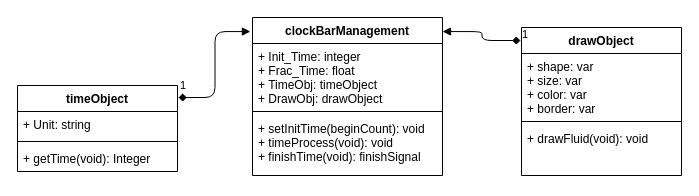
Before: group-8/clock_bar/low level design/lowleveldesign.drawio in tda1312/USTH-SE-2019, a draw.io diagram. Source tidied: cells renumbered, new cells numbered last; positions are measured from the earlier drawing's top-left corner, leaving out a move shared by most shapes. Both pictures are drawn from the tidied source at 100%, with x=0, y=0 at pixel (17, 17).
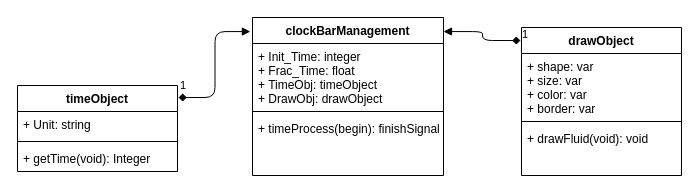
After the change.

Commit message (it also covers changes not shown here):
optimize low level design

What changed in the source:
```diff
@@
 <mxGraphModel>
   <root>
     <mxCell id="0" />
     <mxCell id="1" parent="0" />
     <mxCell id="2" value="timeObject" style="swimlane;fontStyle=1;align=center;verticalAlign=top;horizontal=1;startSize=26;" parent="1" vertex="1">
       <mxGeometry y="68" width="160" height="86" as="geometry" />
     </mxCell>
     <mxCell id="3" value="+ Unit: string" style="text;strokeColor=none;fillColor=none;align=left;verticalAlign=top;spacingLeft=4;spacingRight=4;overflow=hidden;" parent="2" vertex="1">
       <mxGeometry y="26" width="160" height="26" as="geometry" />
     </mxCell>
     <mxCell id="4" style="line;strokeWidth=1;fillColor=none;align=left;verticalAlign=middle;spacingTop=-1;spacingLeft=3;spacingRight=3;labelPosition=right;" parent="2" vertex="1">
       <mxGeometry y="52" width="160" height="8" as="geometry" />
     </mxCell>
     <mxCell id="5" value="+ getTime(void): Integer" style="text;strokeColor=none;fillColor=none;align=left;verticalAlign=top;spacingLeft=4;spacingRight=4;overflow=hidden;" parent="2" vertex="1">
       <mxGeometry y="60" width="160" height="26" as="geometry" />
     </mxCell>
     <mxCell id="6" value="clockBarManagement" style="swimlane;fontStyle=1;align=center;verticalAlign=top;horizontal=1;startSize=26;" parent="1" vertex="1">
-      <mxGeometry x="235" width="190" height="158" as="geometry" />
+      <mxGeometry x="235" width="191" height="158" as="geometry" />
     </mxCell>
     <mxCell id="7" value="+ Init_Time: integer&#10;+ Frac_Time: float&#10;+ TimeObj: timeObject&#10;+ DrawObj: drawObject&#10;&#10;&#10;" style="text;strokeColor=none;fillColor=none;align=left;verticalAlign=top;spacingLeft=4;spacingRight=4;overflow=hidden;" parent="6" vertex="1">
-      <mxGeometry y="26" width="190" height="64" as="geometry" />
+      <mxGeometry y="26" width="191" height="64" as="geometry" />
     </mxCell>
     <mxCell id="8" style="line;strokeWidth=1;fillColor=none;align=left;verticalAlign=middle;spacingTop=-1;spacingLeft=3;spacingRight=3;labelPosition=right;" parent="6" vertex="1">
-      <mxGeometry y="90" width="190" height="8" as="geometry" />
+      <mxGeometry y="90" width="191" height="8" as="geometry" />
     </mxCell>
-    <mxCell id="9" value="+ setInitTime(beginCount): void&#10;+ timeProcess(void): void&#10;+ finishTime(void): finishSignal&#10;&#10;&#10;" style="text;strokeColor=none;fillColor=none;align=left;verticalAlign=top;spacingLeft=4;spacingRight=4;overflow=hidden;" parent="6" vertex="1">
-      <mxGeometry y="98" width="190" height="60" as="geometry" />
+    <mxCell id="9" value="+ timeProcess(begin): finishSignal&#10;&#10;" style="text;strokeColor=none;fillColor=none;align=left;verticalAlign=top;spacingLeft=4;spacingRight=4;overflow=hidden;" parent="6" vertex="1">
+      <mxGeometry y="98" width="191" height="60" as="geometry" />
     </mxCell>
     <mxCell id="10" value="drawObject" style="swimlane;fontStyle=1;align=center;verticalAlign=top;horizontal=1;startSize=26;" parent="1" vertex="1">
       <mxGeometry x="504" y="10" width="160" height="148" as="geometry" />
     </mxCell>
     <mxCell id="11" value="+ shape: var&#10;+ size: var&#10;+ color: var&#10;+ border: var&#10;&#10;" style="text;strokeColor=none;fillColor=none;align=left;verticalAlign=top;spacingLeft=4;spacingRight=4;overflow=hidden;" parent="10" vertex="1">
       <mxGeometry y="26" width="160" height="64" as="geometry" />
     </mxCell>
     <mxCell id="12" style="line;strokeWidth=1;fillColor=none;align=left;verticalAlign=middle;spacingTop=-1;spacingLeft=3;spacingRight=3;labelPosition=right;" parent="10" vertex="1">
       <mxGeometry y="90" width="160" height="8" as="geometry" />
     </mxCell>
     <mxCell id="13" value="+ drawFluid(void): void" style="text;strokeColor=none;fillColor=none;align=left;verticalAlign=top;spacingLeft=4;spacingRight=4;overflow=hidden;" parent="10" vertex="1">
       <mxGeometry y="98" width="160" height="50" as="geometry" />
     </mxCell>
     <mxCell id="14" value="1" style="endArrow=block;html=1;endSize=6;startArrow=diamond;startSize=6;startFill=1;edgeStyle=orthogonalEdgeStyle;align=left;verticalAlign=bottom;exitX=1.006;exitY=0.14;exitDx=0;exitDy=0;exitPerimeter=0;endFill=1;entryX=-0.011;entryY=0.089;entryDx=0;entryDy=0;entryPerimeter=0;" parent="1" edge="1" source="2" target="6">
       <mxGeometry x="-1" y="3" relative="1" as="geometry" />
     </mxCell>
     <mxCell id="15" value="1" style="endArrow=block;html=1;endSize=6;startArrow=diamond;startSize=6;startFill=1;edgeStyle=orthogonalEdgeStyle;align=left;verticalAlign=bottom;entryX=1;entryY=0.089;entryDx=0;entryDy=0;endFill=1;entryPerimeter=0;exitX=-0.006;exitY=0.088;exitDx=0;exitDy=0;exitPerimeter=0;" parent="1" edge="1" source="10" target="6">
       <mxGeometry x="-1" y="3" relative="1" as="geometry" />
     </mxCell>
   </root>
 </mxGraphModel>
```
